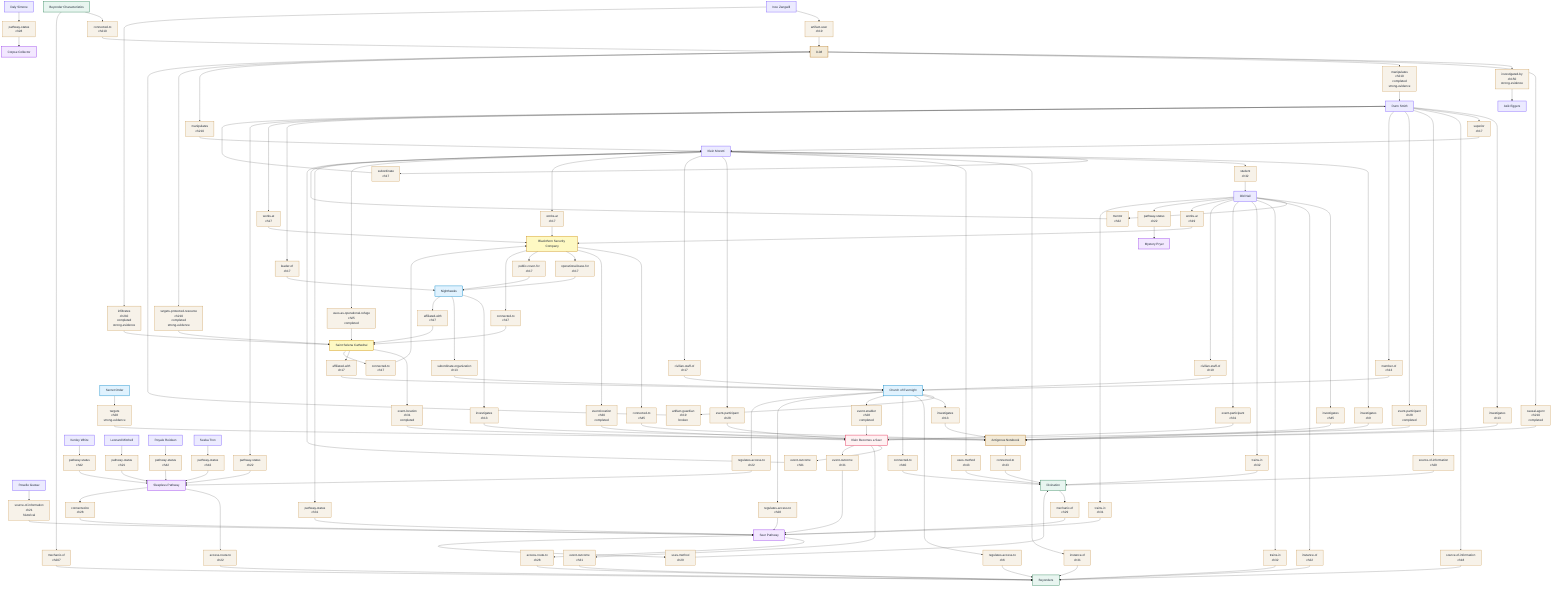
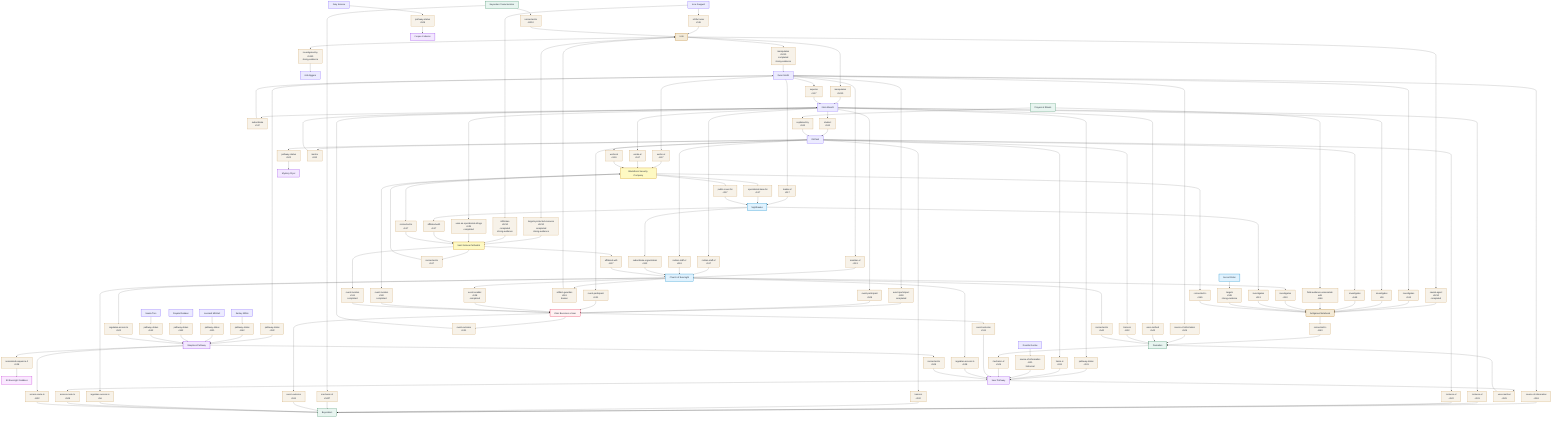
- ﻿graph TD
+ graph TD
  artifact_0_08["0-08"]
  artifact_antigonus_notebook["Antigonus Notebook"]
  character_azik_eggers["Azik Eggers"]
  character_daly_simone["Daly Simone"]
  character_dunn_smith["Dunn Smith"]
  character_ince_zangwill["Ince Zangwill"]
  character_kenley_white["Kenley White"]
  character_klein_moretti["Klein Moretti"]
  character_leonard_mitchell["Leonard Mitchell"]
  character_old_neil["Old Neil"]
  character_roselle_gustav["Roselle Gustav"]
  character_royale_reideen["Royale Reideen"]
  character_seeka_tron["Seeka Tron"]
  concept_beyonder_characteristics["Beyonder Characteristics"]
  concept_beyonders["Beyonders"]
  concept_divination["Divination"]
+   concept_prayers_and_rituals["Prayers & Rituals"]
+   deity_s0_evernight_goddess["S0 Evernight Goddess"]
  event_klein_becomes_a_seer["Klein Becomes a Seer"]
  faction_church_of_evernight["Church of Evernight"]
  faction_nighthawks["Nighthawks"]
  faction_secret_order["Secret Order"]
  location_blackthorn_security_company["Blackthorn Security Company"]
  location_saint_selena_cathedral["Saint Selena Cathedral"]
  pathway_corpse_collector["Corpse Collector"]
  pathway_mystery_pryer["Mystery Pryer"]
  pathway_seer["Seer Pathway"]
  pathway_sleepless["Sleepless Pathway"]

  classDef artifact fill:#f3ead7,stroke:#b7791f,stroke-width:2px,color:#1f2937
  classDef character fill:#ecebff,stroke:#7c5cff,stroke-width:2px,color:#1f2937
  classDef concept fill:#e8f5f0,stroke:#2f855a,stroke-width:2px,color:#1f2937
+   classDef deity fill:#fae8ff,stroke:#c026d3,stroke-width:2px,color:#1f2937
+   classDef epoch fill:#ede9fe,stroke:#6d28d9,stroke-width:2px,color:#1f2937
  classDef event fill:#fff1f2,stroke:#e11d48,stroke-width:2px,color:#1f2937
  classDef faction fill:#e0f2fe,stroke:#0284c7,stroke-width:2px,color:#1f2937
+   classDef family fill:#fce7f3,stroke:#be185d,stroke-width:2px,color:#1f2937
  classDef location fill:#fef9c3,stroke:#ca8a04,stroke-width:2px,color:#1f2937
+   classDef mystery fill:#e5e7eb,stroke:#4b5563,stroke-width:2px,color:#1f2937
  classDef pathway fill:#f3e8ff,stroke:#9333ea,stroke-width:2px,color:#1f2937
+   classDef tarot fill:#ffedd5,stroke:#ea580c,stroke-width:2px,color:#1f2937
+   classDef timeline fill:#dbeafe,stroke:#2563eb,stroke-width:2px,color:#1f2937
+   classDef uniqueness fill:#fee2e2,stroke:#dc2626,stroke-width:2px,color:#1f2937
  classDef relationship fill:#f7f2e9,stroke:#c69245,stroke-width:1.5px,color:#1f2937

  class artifact_0_08 artifact
  class artifact_antigonus_notebook artifact
  class character_azik_eggers character
  class character_daly_simone character
  class character_dunn_smith character
  class character_ince_zangwill character
  class character_kenley_white character
  class character_klein_moretti character
  class character_leonard_mitchell character
  class character_old_neil character
  class character_roselle_gustav character
  class character_royale_reideen character
  class character_seeka_tron character
  class concept_beyonder_characteristics concept
  class concept_beyonders concept
  class concept_divination concept
+   class concept_prayers_and_rituals concept
+   class deity_s0_evernight_goddess deity
  class event_klein_becomes_a_seer event
  class faction_church_of_evernight faction
  class faction_nighthawks faction
  class faction_secret_order faction
  class location_blackthorn_security_company location
  class location_saint_selena_cathedral location
  class pathway_corpse_collector pathway
  class pathway_mystery_pryer pathway
  class pathway_seer pathway
  class pathway_sleepless pathway

  rel_001["causal-agent<br/>ch210<br/>completed"]
  class rel_001 relationship
  artifact_0_08 --> rel_001
  rel_001 --> artifact_antigonus_notebook
  rel_002["investigated-by<br/>ch150<br/>strong-evidence"]
  class rel_002 relationship
  artifact_0_08 --> rel_002
  rel_002 --> character_azik_eggers
  rel_003["manipulates<br/>ch210<br/>completed<br/>strong-evidence"]
  class rel_003 relationship
  artifact_0_08 --> rel_003
  rel_003 --> character_dunn_smith
  rel_004["manipulates<br/>ch210"]
  class rel_004 relationship
  artifact_0_08 --> rel_004
  rel_004 --> character_klein_moretti
  rel_005["targets-protected-resource<br/>ch210<br/>completed<br/>strong-evidence"]
  class rel_005 relationship
  artifact_0_08 --> rel_005
  rel_005 --> location_saint_selena_cathedral
  rel_006["connected-to<br/>ch43"]
  class rel_006 relationship
  artifact_antigonus_notebook --> rel_006
  rel_006 --> concept_divination
  rel_007["pathway-status<br/>ch28"]
  class rel_007 relationship
  character_daly_simone --> rel_007
  rel_007 --> pathway_corpse_collector
  rel_008["investigates<br/>ch13"]
  class rel_008 relationship
  character_dunn_smith --> rel_008
  rel_008 --> artifact_antigonus_notebook
  rel_009["superior<br/>ch17"]
  class rel_009 relationship
  character_dunn_smith --> rel_009
  rel_009 --> character_klein_moretti
  rel_010["source-of-information<br/>ch18"]
  class rel_010 relationship
  character_dunn_smith --> rel_010
  rel_010 --> concept_beyonders
  rel_011["source-of-information<br/>ch29"]
  class rel_011 relationship
  character_dunn_smith --> rel_011
  rel_011 --> concept_divination
  rel_012["event-participant<br/>ch28<br/>completed"]
  class rel_012 relationship
  character_dunn_smith --> rel_012
  rel_012 --> event_klein_becomes_a_seer
  rel_013["member-of<br/>ch13"]
  class rel_013 relationship
  character_dunn_smith --> rel_013
  rel_013 --> faction_church_of_evernight
  rel_014["leader-of<br/>ch17"]
  class rel_014 relationship
  character_dunn_smith --> rel_014
  rel_014 --> faction_nighthawks
  rel_015["works-at<br/>ch17"]
  class rel_015 relationship
  character_dunn_smith --> rel_015
  rel_015 --> location_blackthorn_security_company
  rel_016["pathway-status<br/>ch22"]
  class rel_016 relationship
  character_dunn_smith --> rel_016
  rel_016 --> pathway_sleepless
  rel_017["artifact-user<br/>ch19"]
  class rel_017 relationship
  character_ince_zangwill --> rel_017
  rel_017 --> artifact_0_08
  rel_018["infiltrates<br/>ch210<br/>completed<br/>strong-evidence"]
  class rel_018 relationship
  character_ince_zangwill --> rel_018
  rel_018 --> location_saint_selena_cathedral
  rel_019["pathway-status<br/>ch42"]
  class rel_019 relationship
  character_kenley_white --> rel_019
  rel_019 --> pathway_sleepless
  rel_020["investigates<br/>ch9"]
  class rel_020 relationship
  character_klein_moretti --> rel_020
  rel_020 --> artifact_antigonus_notebook
  rel_021["subordinate<br/>ch17"]
  class rel_021 relationship
  character_klein_moretti --> rel_021
  rel_021 --> character_dunn_smith
  rel_022["student<br/>ch32"]
  class rel_022 relationship
  character_klein_moretti --> rel_022
  rel_022 --> character_old_neil
  rel_023["instance-of<br/>ch31"]
  class rel_023 relationship
  character_klein_moretti --> rel_023
  rel_023 --> concept_beyonders
  rel_024["uses-method<br/>ch43"]
  class rel_024 relationship
  character_klein_moretti --> rel_024
  rel_024 --> concept_divination
  rel_025["event-participant<br/>ch28"]
  class rel_025 relationship
  character_klein_moretti --> rel_025
  rel_025 --> event_klein_becomes_a_seer
  rel_026["civilian-staff-of<br/>ch17"]
  class rel_026 relationship
  character_klein_moretti --> rel_026
  rel_026 --> faction_church_of_evernight
  rel_027["works-at<br/>ch17"]
  class rel_027 relationship
  character_klein_moretti --> rel_027
  rel_027 --> location_blackthorn_security_company
  rel_028["uses-as-operational-refuge<br/>ch25<br/>completed"]
  class rel_028 relationship
  character_klein_moretti --> rel_028
  rel_028 --> location_saint_selena_cathedral
  rel_029["pathway-status<br/>ch31"]
  class rel_029 relationship
  character_klein_moretti --> rel_029
  rel_029 --> pathway_seer
  rel_030["pathway-status<br/>ch21"]
  class rel_030 relationship
  character_leonard_mitchell --> rel_030
  rel_030 --> pathway_sleepless
  rel_031["investigates<br/>ch45"]
  class rel_031 relationship
  character_old_neil --> rel_031
  rel_031 --> artifact_antigonus_notebook
  rel_032["mentor<br/>ch32"]
  class rel_032 relationship
  character_old_neil --> rel_032
  rel_032 --> character_klein_moretti
  rel_033["instance-of<br/>ch22"]
  class rel_033 relationship
  character_old_neil --> rel_033
  rel_033 --> concept_beyonders
  rel_034["trains-in<br/>ch32"]
  class rel_034 relationship
  character_old_neil --> rel_034
  rel_034 --> concept_beyonders
  rel_035["trains-in<br/>ch32"]
  class rel_035 relationship
  character_old_neil --> rel_035
  rel_035 --> concept_divination
  rel_036["event-participant<br/>ch31"]
  class rel_036 relationship
  character_old_neil --> rel_036
  rel_036 --> event_klein_becomes_a_seer
  rel_037["civilian-staff-of<br/>ch19"]
  class rel_037 relationship
  character_old_neil --> rel_037
  rel_037 --> faction_church_of_evernight
  rel_038["works-at<br/>ch19"]
  class rel_038 relationship
  character_old_neil --> rel_038
  rel_038 --> location_blackthorn_security_company
  rel_039["pathway-status<br/>ch22"]
  class rel_039 relationship
  character_old_neil --> rel_039
  rel_039 --> pathway_mystery_pryer
  rel_040["trains-in<br/>ch31"]
  class rel_040 relationship
  character_old_neil --> rel_040
  rel_040 --> pathway_seer
  rel_041["source-of-information<br/>ch21<br/>historical"]
  class rel_041 relationship
  character_roselle_gustav --> rel_041
  rel_041 --> pathway_seer
  rel_042["pathway-status<br/>ch42"]
  class rel_042 relationship
  character_royale_reideen --> rel_042
  rel_042 --> pathway_sleepless
  rel_043["pathway-status<br/>ch42"]
  class rel_043 relationship
  character_seeka_tron --> rel_043
  rel_043 --> pathway_sleepless
  rel_044["connected-to<br/>ch210"]
  class rel_044 relationship
  concept_beyonder_characteristics --> rel_044
  rel_044 --> artifact_0_08
  rel_045["mechanic-of<br/>ch207"]
  class rel_045 relationship
  concept_beyonder_characteristics --> rel_045
  rel_045 --> concept_beyonders
  rel_046["mechanic-of<br/>ch29"]
  class rel_046 relationship
  concept_divination --> rel_046
  rel_046 --> pathway_seer
-   rel_047["event-outcome<br/>ch31"]
+   rel_047["field-evidence-associated-with<br/>ch46"]
  class rel_047 relationship
-   event_klein_becomes_a_seer --> rel_047
-   rel_047 --> character_klein_moretti
-   rel_048["event-outcome<br/>ch31"]
+   concept_prayers_and_rituals --> rel_047
+   rel_047 --> artifact_antigonus_notebook
+   rel_048["explained-by<br/>ch33"]
  class rel_048 relationship
-   event_klein_becomes_a_seer --> rel_048
-   rel_048 --> concept_beyonders
+   concept_prayers_and_rituals --> rel_048
+   rel_048 --> character_old_neil
  rel_049["event-outcome<br/>ch31"]
  class rel_049 relationship
  event_klein_becomes_a_seer --> rel_049
-   rel_049 --> pathway_seer
-   rel_050["artifact-guardian<br/>ch19<br/>broken"]
+   rel_049 --> character_klein_moretti
+   rel_050["event-outcome<br/>ch31"]
  class rel_050 relationship
-   faction_church_of_evernight --> rel_050
-   rel_050 --> artifact_0_08
-   rel_051["investigates<br/>ch13"]
+   event_klein_becomes_a_seer --> rel_050
+   rel_050 --> concept_beyonders
+   rel_051["event-outcome<br/>ch31"]
  class rel_051 relationship
-   faction_church_of_evernight --> rel_051
-   rel_051 --> artifact_antigonus_notebook
-   rel_052["regulates-access-to<br/>ch6"]
+   event_klein_becomes_a_seer --> rel_051
+   rel_051 --> pathway_seer
+   rel_052["artifact-guardian<br/>ch19<br/>broken"]
  class rel_052 relationship
  faction_church_of_evernight --> rel_052
-   rel_052 --> concept_beyonders
-   rel_053["connected-to<br/>ch40"]
+   rel_052 --> artifact_0_08
+   rel_053["investigates<br/>ch13"]
  class rel_053 relationship
  faction_church_of_evernight --> rel_053
-   rel_053 --> concept_divination
-   rel_054["event-enabler<br/>ch28<br/>completed"]
+   rel_053 --> artifact_antigonus_notebook
+   rel_054["regulates-access-to<br/>ch6"]
  class rel_054 relationship
  faction_church_of_evernight --> rel_054
-   rel_054 --> event_klein_becomes_a_seer
-   rel_055["regulates-access-to<br/>ch28"]
+   rel_054 --> concept_beyonders
+   rel_055["connected-to<br/>ch40"]
  class rel_055 relationship
  faction_church_of_evernight --> rel_055
-   rel_055 --> pathway_seer
-   rel_056["regulates-access-to<br/>ch22"]
+   rel_055 --> concept_divination
+   rel_056["event-enabler<br/>ch28<br/>completed"]
  class rel_056 relationship
  faction_church_of_evernight --> rel_056
-   rel_056 --> pathway_sleepless
-   rel_057["investigates<br/>ch13"]
+   rel_056 --> event_klein_becomes_a_seer
+   rel_057["regulates-access-to<br/>ch28"]
  class rel_057 relationship
-   faction_nighthawks --> rel_057
-   rel_057 --> artifact_antigonus_notebook
-   rel_058["subordinate-organization<br/>ch13"]
+   faction_church_of_evernight --> rel_057
+   rel_057 --> pathway_seer
+   rel_058["regulates-access-to<br/>ch22"]
  class rel_058 relationship
-   faction_nighthawks --> rel_058
-   rel_058 --> faction_church_of_evernight
-   rel_059["affiliated-with<br/>ch17"]
+   faction_church_of_evernight --> rel_058
+   rel_058 --> pathway_sleepless
+   rel_059["investigates<br/>ch13"]
  class rel_059 relationship
  faction_nighthawks --> rel_059
-   rel_059 --> location_saint_selena_cathedral
-   rel_060["targets<br/>ch28<br/>strong-evidence"]
+   rel_059 --> artifact_antigonus_notebook
+   rel_060["subordinate-organization<br/>ch13"]
  class rel_060 relationship
-   faction_secret_order --> rel_060
-   rel_060 --> artifact_antigonus_notebook
-   rel_061["connected-to<br/>ch45"]
+   faction_nighthawks --> rel_060
+   rel_060 --> faction_church_of_evernight
+   rel_061["affiliated-with<br/>ch17"]
  class rel_061 relationship
-   location_blackthorn_security_company --> rel_061
-   rel_061 --> artifact_antigonus_notebook
-   rel_062["event-location<br/>ch30<br/>completed"]
+   faction_nighthawks --> rel_061
+   rel_061 --> location_saint_selena_cathedral
+   rel_062["targets<br/>ch28<br/>strong-evidence"]
  class rel_062 relationship
-   location_blackthorn_security_company --> rel_062
-   rel_062 --> event_klein_becomes_a_seer
-   rel_063["operational-base-for<br/>ch17"]
+   faction_secret_order --> rel_062
+   rel_062 --> artifact_antigonus_notebook
+   rel_063["connected-to<br/>ch45"]
  class rel_063 relationship
  location_blackthorn_security_company --> rel_063
-   rel_063 --> faction_nighthawks
-   rel_064["public-cover-for<br/>ch17"]
+   rel_063 --> artifact_antigonus_notebook
+   rel_064["event-location<br/>ch30<br/>completed"]
  class rel_064 relationship
  location_blackthorn_security_company --> rel_064
-   rel_064 --> faction_nighthawks
-   rel_065["connected-to<br/>ch17"]
+   rel_064 --> event_klein_becomes_a_seer
+   rel_065["operational-base-for<br/>ch17"]
  class rel_065 relationship
  location_blackthorn_security_company --> rel_065
-   rel_065 --> location_saint_selena_cathedral
-   rel_066["event-location<br/>ch31<br/>completed"]
+   rel_065 --> faction_nighthawks
+   rel_066["public-cover-for<br/>ch17"]
  class rel_066 relationship
-   location_saint_selena_cathedral --> rel_066
-   rel_066 --> event_klein_becomes_a_seer
-   rel_067["affiliated-with<br/>ch17"]
+   location_blackthorn_security_company --> rel_066
+   rel_066 --> faction_nighthawks
+   rel_067["connected-to<br/>ch17"]
  class rel_067 relationship
-   location_saint_selena_cathedral --> rel_067
-   rel_067 --> faction_church_of_evernight
-   rel_068["connected-to<br/>ch17"]
+   location_blackthorn_security_company --> rel_067
+   rel_067 --> location_saint_selena_cathedral
+   rel_068["event-location<br/>ch31<br/>completed"]
  class rel_068 relationship
  location_saint_selena_cathedral --> rel_068
-   rel_068 --> location_blackthorn_security_company
-   rel_069["access-route-to<br/>ch28"]
+   rel_068 --> event_klein_becomes_a_seer
+   rel_069["affiliated-with<br/>ch17"]
  class rel_069 relationship
-   pathway_seer --> rel_069
-   rel_069 --> concept_beyonders
-   rel_070["uses-method<br/>ch29"]
+   location_saint_selena_cathedral --> rel_069
+   rel_069 --> faction_church_of_evernight
+   rel_070["connected-to<br/>ch17"]
  class rel_070 relationship
-   pathway_seer --> rel_070
-   rel_070 --> concept_divination
-   rel_071["access-route-to<br/>ch22"]
+   location_saint_selena_cathedral --> rel_070
+   rel_070 --> location_blackthorn_security_company
+   rel_071["access-route-to<br/>ch28"]
  class rel_071 relationship
-   pathway_sleepless --> rel_071
+   pathway_seer --> rel_071
  rel_071 --> concept_beyonders
-   rel_072["connected-to<br/>ch28"]
+   rel_072["uses-method<br/>ch29"]
  class rel_072 relationship
-   pathway_sleepless --> rel_072
-   rel_072 --> pathway_seer
+   pathway_seer --> rel_072
+   rel_072 --> concept_divination
+   rel_073["access-route-to<br/>ch22"]
+   class rel_073 relationship
+   pathway_sleepless --> rel_073
+   rel_073 --> concept_beyonders
+   rel_074["associated-sequence-0<br/>ch28"]
+   class rel_074 relationship
+   pathway_sleepless --> rel_074
+   rel_074 --> deity_s0_evernight_goddess
+   rel_075["connected-to<br/>ch28"]
+   class rel_075 relationship
+   pathway_sleepless --> rel_075
+   rel_075 --> pathway_seer
